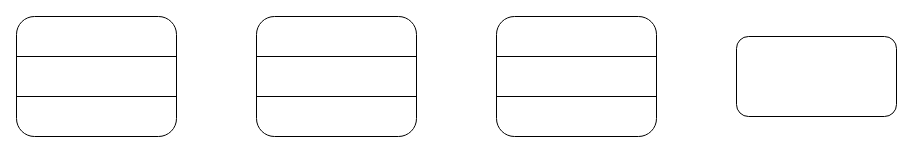
Earlier version of the draw.io diagram rtti.drawio (luxufan/simple-website-template). Source tidied: cells renumbered, new cells numbered last; positions are measured from the earlier drawing's top-left corner, leaving out a move shared by most shapes. Both pictures are drawn from the tidied source at 100%, with x=0, y=0 at pixel (16, 16).
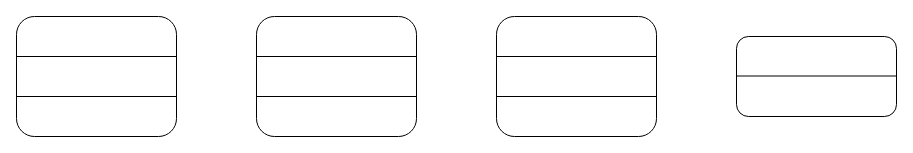
Above is the later version.

What changed in the source:
```diff
@@
 <mxGraphModel>
   <root>
     <mxCell id="0" />
     <mxCell id="1" parent="0" />
     <mxCell id="2" style="rounded=1;whiteSpace=wrap;html=1;" parent="1" vertex="1">
       <mxGeometry width="160" height="120" as="geometry" />
     </mxCell>
     <mxCell id="3" style="endArrow=none;html=1;rounded=0;" parent="1" edge="1">
       <mxGeometry relative="1" as="geometry">
         <mxPoint y="40" as="sourcePoint" />
         <mxPoint x="160" y="40" as="targetPoint" />
       </mxGeometry>
     </mxCell>
     <mxCell id="4" style="endArrow=none;html=1;rounded=0;" parent="1" edge="1">
       <mxGeometry relative="1" as="geometry">
         <mxPoint y="80" as="sourcePoint" />
         <mxPoint x="160" y="80" as="targetPoint" />
       </mxGeometry>
     </mxCell>
     <mxCell id="5" style="rounded=1;whiteSpace=wrap;html=1;" parent="1" vertex="1">
       <mxGeometry x="240" width="160" height="120" as="geometry" />
     </mxCell>
     <mxCell id="6" style="endArrow=none;html=1;rounded=0;" parent="1" edge="1">
       <mxGeometry relative="1" as="geometry">
         <mxPoint x="240" y="40" as="sourcePoint" />
         <mxPoint x="400" y="40" as="targetPoint" />
       </mxGeometry>
     </mxCell>
     <mxCell id="7" style="endArrow=none;html=1;rounded=0;" parent="1" edge="1">
       <mxGeometry relative="1" as="geometry">
         <mxPoint x="240" y="80" as="sourcePoint" />
         <mxPoint x="400" y="80" as="targetPoint" />
       </mxGeometry>
     </mxCell>
     <mxCell id="8" style="rounded=1;whiteSpace=wrap;html=1;" parent="1" vertex="1">
       <mxGeometry x="480" width="160" height="120" as="geometry" />
     </mxCell>
     <mxCell id="9" style="endArrow=none;html=1;rounded=0;" parent="1" edge="1">
       <mxGeometry relative="1" as="geometry">
         <mxPoint x="480" y="40" as="sourcePoint" />
         <mxPoint x="640" y="40" as="targetPoint" />
       </mxGeometry>
     </mxCell>
     <mxCell id="10" style="endArrow=none;html=1;rounded=0;" parent="1" edge="1">
       <mxGeometry relative="1" as="geometry">
         <mxPoint x="480" y="80" as="sourcePoint" />
         <mxPoint x="640" y="80" as="targetPoint" />
       </mxGeometry>
     </mxCell>
     <mxCell id="11" style="rounded=1;whiteSpace=wrap;html=1;" parent="1" vertex="1">
       <mxGeometry x="720" y="20" width="160" height="80" as="geometry" />
     </mxCell>
+    <mxCell id="12" style="endArrow=none;html=1;rounded=0;" parent="1" edge="1">
+      <mxGeometry relative="1" as="geometry">
+        <mxPoint x="720" y="59.5" as="sourcePoint" />
+        <mxPoint x="880" y="59.5" as="targetPoint" />
+      </mxGeometry>
+    </mxCell>
   </root>
 </mxGraphModel>
```
